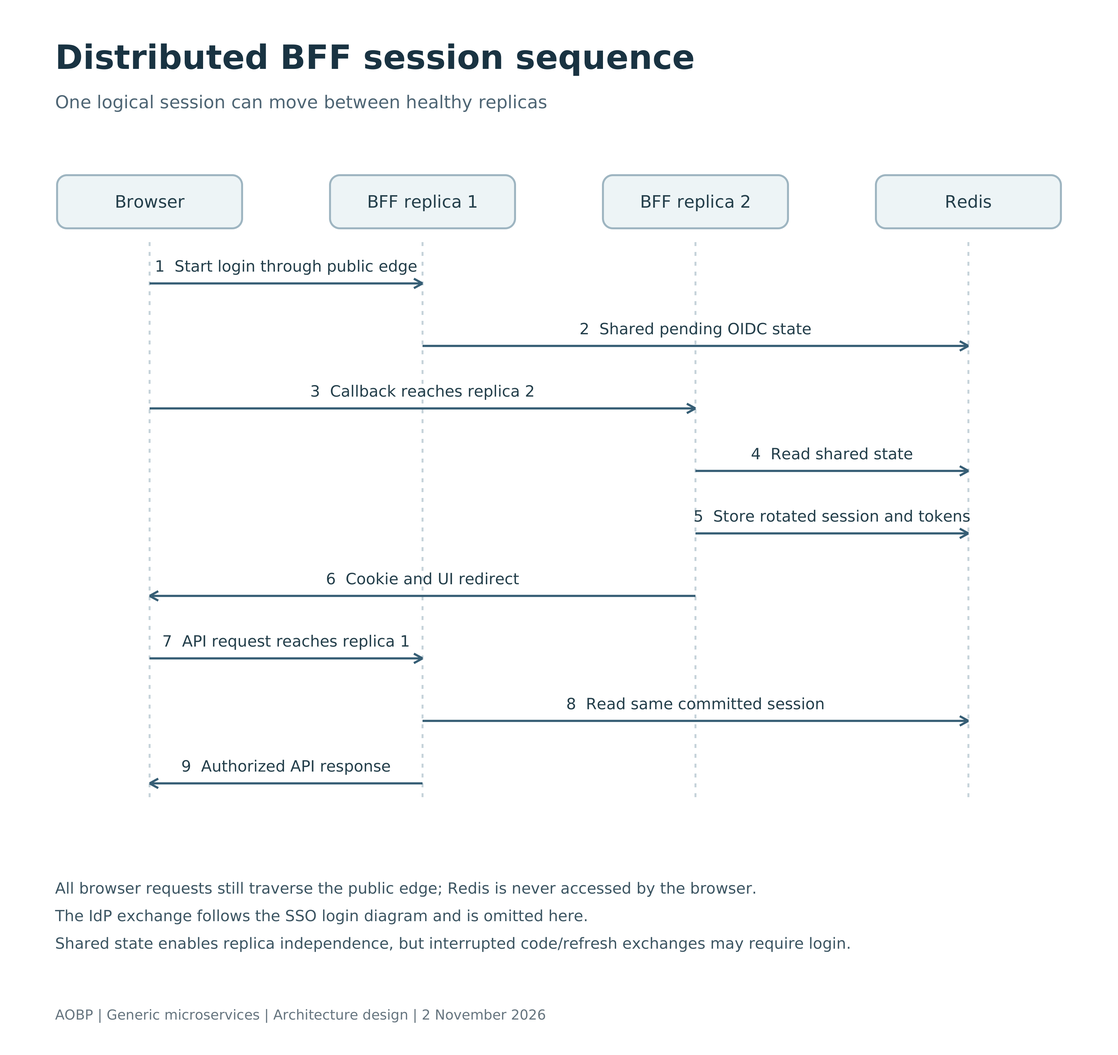
Earlier version of the Mermaid export docs/centralized-sso/images/04_distributed_bff_sessions.png (renjithpta/app-dff-login-docs). Its source is kept beside it as docs/centralized-sso/diagram-source/04_distributed_bff_sessions.mmd.
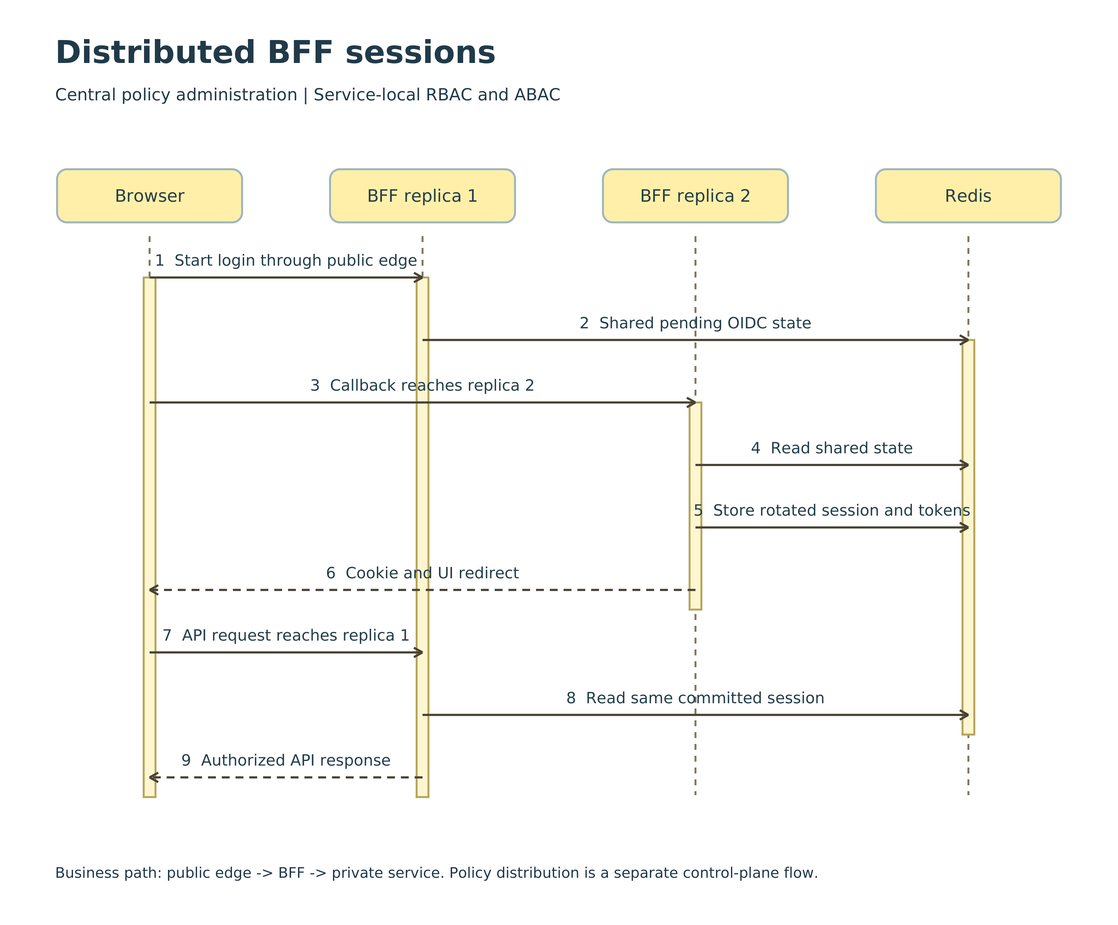
The same diagram one commit later.

The edit, as a diff of the source:
```diff
@@ -9,7 +9,7 @@
     P0->>P2: Callback reaches replica 2
     P2->>P3: Read shared state
     P2->>P3: Store rotated session and tokens
-    P2->>P0: Cookie and UI redirect
+    P2-->>P0: Cookie and UI redirect
     P0->>P1: API request reaches replica 1
     P1->>P3: Read same committed session
-    P1->>P0: Authorized API response
+    P1-->>P0: Authorized API response
```
